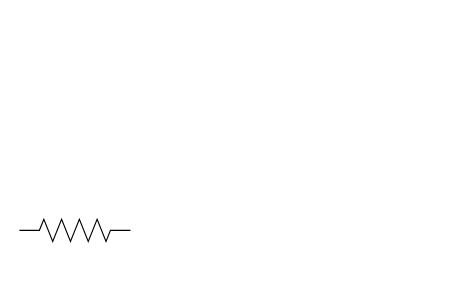
Earlier version of the draw.io diagram schematic_diagram.drawio (Nina-S-Mathew/TEJ3M-Unit2-03-Arduino). Source tidied: cells renumbered, new cells numbered last; positions are measured from the earlier drawing's top-left corner, leaving out a move shared by most shapes. Both pictures are drawn from the tidied source at 111%, with x=0, y=0 at pixel (19, 219).
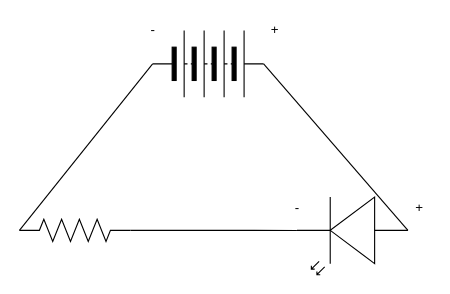
The same diagram, later.

Change to the diagram source:
```diff
@@
 <mxGraphModel>
   <root>
     <mxCell id="0" />
     <mxCell id="1" parent="0" />
     <mxCell id="2" style="verticalLabelPosition=bottom;shadow=0;dashed=0;align=center;html=1;verticalAlign=top;shape=mxgraph.electrical.resistors.resistor_2;" parent="1" vertex="1">
       <mxGeometry width="100" height="20" as="geometry" />
     </mxCell>
+    <mxCell id="3" style="verticalLabelPosition=bottom;shadow=0;dashed=0;align=center;html=1;verticalAlign=top;shape=mxgraph.electrical.opto_electronics.led_2;direction=west;" parent="1" vertex="1">
+      <mxGeometry x="250" y="-20" width="100" height="70" as="geometry" />
+    </mxCell>
+    <mxCell id="4" style="endArrow=none;html=1;exitX=1;exitY=0.5;exitDx=0;exitDy=0;exitPerimeter=0;entryX=1;entryY=0.57;entryDx=0;entryDy=0;entryPerimeter=0;" parent="1" edge="1" source="2" target="3">
+      <mxGeometry relative="1" as="geometry" />
+    </mxCell>
+    <mxCell id="5" style="verticalLabelPosition=bottom;shadow=0;dashed=0;align=center;html=1;verticalAlign=top;shape=mxgraph.electrical.miscellaneous.batteryStack;" parent="1" vertex="1">
+      <mxGeometry x="120" y="-170" width="100" height="60" as="geometry" />
+    </mxCell>
+    <mxCell id="6" style="endArrow=none;html=1;exitX=0;exitY=0.5;exitDx=0;exitDy=0;exitPerimeter=0;entryX=0;entryY=0.5;entryDx=0;entryDy=0;" parent="1" edge="1" source="2" target="5">
+      <mxGeometry relative="1" as="geometry" />
+    </mxCell>
+    <mxCell id="7" style="endArrow=none;html=1;entryX=1;entryY=0.5;entryDx=0;entryDy=0;exitX=0;exitY=0.57;exitDx=0;exitDy=0;exitPerimeter=0;" parent="1" edge="1" source="3" target="5">
+      <mxGeometry relative="1" as="geometry" />
+    </mxCell>
+    <mxCell id="8" value="+" style="text;html=1;align=center;verticalAlign=middle;strokeColor=none;fillColor=none;" parent="1" vertex="1">
+      <mxGeometry x="220" y="-180" width="20" height="20" as="geometry" />
+    </mxCell>
+    <mxCell id="9" value="-" style="text;html=1;align=center;verticalAlign=middle;strokeColor=none;fillColor=none;" parent="1" vertex="1">
+      <mxGeometry x="110" y="-180" width="20" height="20" as="geometry" />
+    </mxCell>
+    <mxCell id="10" value="+" style="text;html=1;align=center;verticalAlign=middle;strokeColor=none;fillColor=none;" parent="1" vertex="1">
+      <mxGeometry x="350" y="-20" width="20" height="20" as="geometry" />
+    </mxCell>
+    <mxCell id="11" value="-" style="text;html=1;align=center;verticalAlign=middle;strokeColor=none;fillColor=none;" parent="1" vertex="1">
+      <mxGeometry x="240" y="-20" width="20" height="20" as="geometry" />
+    </mxCell>
   </root>
 </mxGraphModel>
```
